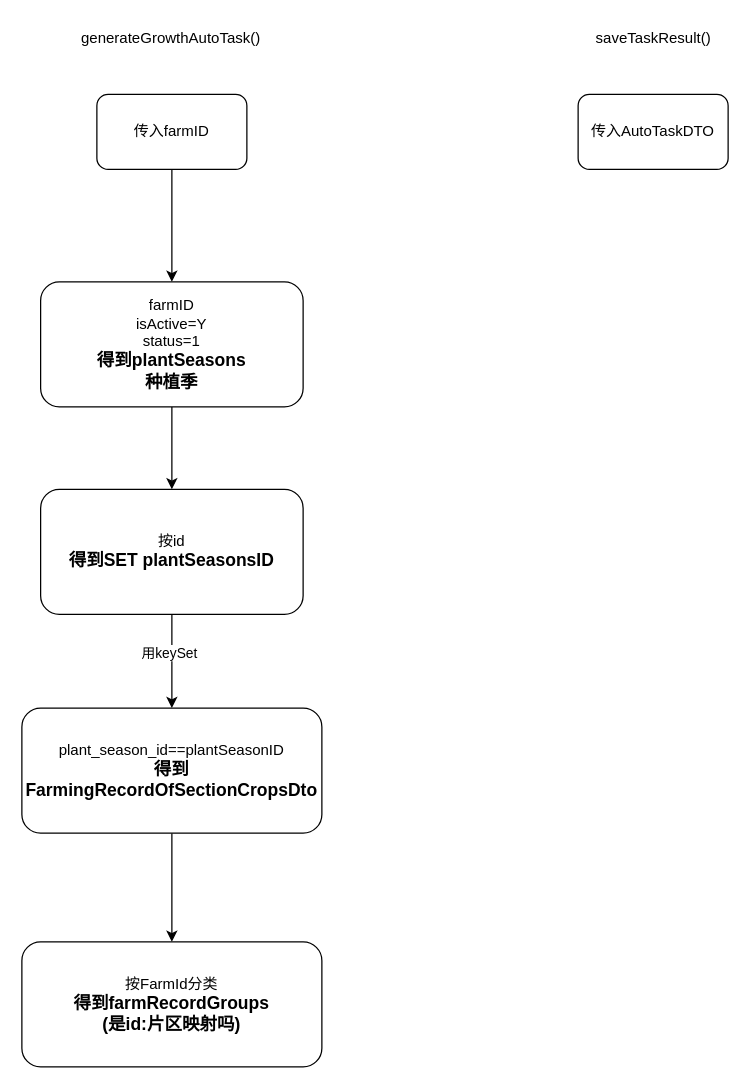
Earlier version of the draw.io diagram generateGrowth变量图.drawio (RK-JD/DrawIO). Source tidied: cells renumbered, new cells numbered last; positions are measured from the earlier drawing's top-left corner, leaving out a move shared by most shapes. Both pictures are drawn from the tidied source at 125%, with x=0, y=0 at pixel (21, 21).
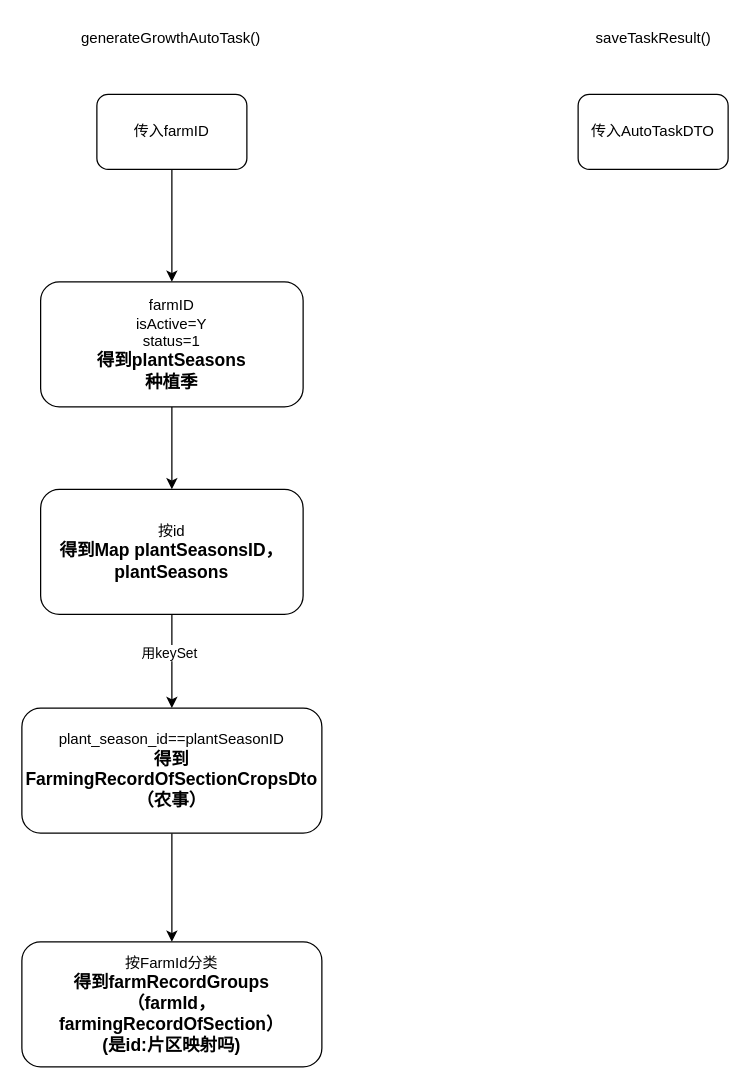
Above is the later version.

Commit message:
更新generateGrowth变量图.drawio

What changed in the source:
```diff
@@
 <mxGraphModel>
   <root>
     <mxCell id="0" />
     <mxCell id="1" parent="0" />
     <mxCell id="2" style="edgeStyle=orthogonalEdgeStyle;rounded=0;jettySize=auto;html=1;exitX=0.5;exitY=1;exitDx=0;exitDy=0;entryX=0.5;entryY=0;entryDx=0;entryDy=0;" parent="1" edge="1" source="3" target="5">
       <mxGeometry relative="1" as="geometry" />
     </mxCell>
     <mxCell id="3" value="传入farmID" style="rounded=1;whiteSpace=wrap;html=1;" parent="1" vertex="1">
       <mxGeometry x="60" y="58" width="120" height="60" as="geometry" />
     </mxCell>
     <mxCell id="4" style="edgeStyle=orthogonalEdgeStyle;rounded=0;jettySize=auto;html=1;exitX=0.5;exitY=1;exitDx=0;exitDy=0;entryX=0.5;entryY=0;entryDx=0;entryDy=0;" parent="1" edge="1" source="5" target="8">
       <mxGeometry relative="1" as="geometry" />
     </mxCell>
     <mxCell id="5" value="farmID&lt;div&gt;isActive=Y&lt;/div&gt;&lt;div&gt;status=1&lt;/div&gt;&lt;div&gt;&lt;b&gt;&lt;font style=&quot;font-size: 14px;&quot;&gt;得到plantSeasons&lt;/font&gt;&lt;/b&gt;&lt;/div&gt;&lt;div&gt;&lt;b&gt;&lt;font style=&quot;font-size: 14px;&quot;&gt;种植季&lt;/font&gt;&lt;/b&gt;&lt;/div&gt;" style="rounded=1;whiteSpace=wrap;html=1;" parent="1" vertex="1">
       <mxGeometry x="15" y="208" width="210" height="100" as="geometry" />
     </mxCell>
     <mxCell id="6" style="edgeStyle=orthogonalEdgeStyle;rounded=0;jettySize=auto;html=1;exitX=0.5;exitY=1;exitDx=0;exitDy=0;entryX=0.5;entryY=0;entryDx=0;entryDy=0;" parent="1" edge="1" source="8" target="10">
       <mxGeometry relative="1" as="geometry" />
     </mxCell>
     <mxCell id="7" value="用keySet" style="edgeLabel;html=1;align=center;verticalAlign=middle;" parent="6" vertex="1">
       <mxGeometry x="-0.19" y="-3" relative="1" as="geometry" />
     </mxCell>
-    <mxCell id="8" value="按id&lt;br&gt;&lt;div&gt;&lt;b&gt;&lt;font style=&quot;font-size: 14px;&quot;&gt;得到SET plantSeasonsID&lt;/font&gt;&lt;/b&gt;&lt;/div&gt;" style="rounded=1;whiteSpace=wrap;html=1;" parent="1" vertex="1">
+    <mxCell id="8" value="按id&lt;br&gt;&lt;div&gt;&lt;b&gt;&lt;font style=&quot;font-size: 14px;&quot;&gt;得到Map plantSeasonsID，plantSeasons&lt;/font&gt;&lt;/b&gt;&lt;/div&gt;" style="rounded=1;whiteSpace=wrap;html=1;" parent="1" vertex="1">
       <mxGeometry x="15" y="374" width="210" height="100" as="geometry" />
     </mxCell>
     <mxCell id="9" style="edgeStyle=orthogonalEdgeStyle;rounded=0;jettySize=auto;html=1;exitX=0.5;exitY=1;exitDx=0;exitDy=0;entryX=0.5;entryY=0;entryDx=0;entryDy=0;" parent="1" edge="1" source="10" target="11">
       <mxGeometry relative="1" as="geometry" />
     </mxCell>
-    <mxCell id="10" value="plant_season_id==plantSeasonID&lt;br&gt;&lt;div&gt;&lt;b&gt;&lt;font style=&quot;font-size: 14px;&quot;&gt;得到&lt;/font&gt;&lt;/b&gt;&lt;span style=&quot;background-color: initial; font-size: 14px;&quot;&gt;&lt;b&gt;FarmingRecordOfSectionCropsDto&lt;/b&gt;&lt;/span&gt;&lt;/div&gt;" style="rounded=1;whiteSpace=wrap;html=1;" parent="1" vertex="1">
+    <mxCell id="10" value="plant_season_id==plantSeasonID&lt;br&gt;&lt;div&gt;&lt;b&gt;&lt;font style=&quot;font-size: 14px;&quot;&gt;得到&lt;/font&gt;&lt;/b&gt;&lt;span style=&quot;background-color: initial; font-size: 14px;&quot;&gt;&lt;b&gt;FarmingRecordOfSectionCropsDto&lt;/b&gt;&lt;/span&gt;&lt;/div&gt;&lt;div&gt;&lt;span style=&quot;background-color: initial; font-size: 14px;&quot;&gt;&lt;b&gt;（农事&lt;/b&gt;&lt;/span&gt;&lt;b style=&quot;background-color: initial; font-size: 14px;&quot;&gt;）&lt;/b&gt;&lt;/div&gt;" style="rounded=1;whiteSpace=wrap;html=1;" parent="1" vertex="1">
       <mxGeometry y="549" width="240" height="100" as="geometry" />
     </mxCell>
-    <mxCell id="11" value="按FarmId分类&lt;br&gt;&lt;div&gt;&lt;b&gt;&lt;font style=&quot;font-size: 14px;&quot;&gt;得到&lt;/font&gt;&lt;/b&gt;&lt;span style=&quot;background-color: initial; font-size: 14px;&quot;&gt;&lt;b&gt;farmRecordGroups&lt;/b&gt;&lt;/span&gt;&lt;/div&gt;&lt;div&gt;&lt;span style=&quot;font-size: 14px;&quot;&gt;&lt;b&gt;(是id:片区映射吗)&lt;/b&gt;&lt;/span&gt;&lt;/div&gt;" style="rounded=1;whiteSpace=wrap;html=1;" parent="1" vertex="1">
+    <mxCell id="11" value="按FarmId分类&lt;br&gt;&lt;div&gt;&lt;b&gt;&lt;font style=&quot;font-size: 14px;&quot;&gt;得到&lt;/font&gt;&lt;/b&gt;&lt;span style=&quot;background-color: initial; font-size: 14px;&quot;&gt;&lt;b&gt;farmRecordGroups&lt;/b&gt;&lt;/span&gt;&lt;/div&gt;&lt;div&gt;&lt;span style=&quot;background-color: initial; font-size: 14px;&quot;&gt;&lt;b&gt;（farmId，farmingRecordOfSection）&lt;/b&gt;&lt;/span&gt;&lt;/div&gt;&lt;div&gt;&lt;span style=&quot;font-size: 14px;&quot;&gt;&lt;b&gt;(是id:片区映射吗)&lt;/b&gt;&lt;/span&gt;&lt;/div&gt;" style="rounded=1;whiteSpace=wrap;html=1;" parent="1" vertex="1">
       <mxGeometry y="736" width="240" height="100" as="geometry" />
     </mxCell>
     <mxCell id="12" value="generateGrowthAutoTask()" style="text;html=1;align=center;verticalAlign=middle;strokeColor=none;fillColor=none;" parent="1" vertex="1">
       <mxGeometry x="38.5" width="161" height="26" as="geometry" />
     </mxCell>
     <mxCell id="13" value="saveTaskResult()" style="text;html=1;align=center;verticalAlign=middle;strokeColor=none;fillColor=none;" parent="1" vertex="1">
       <mxGeometry x="450" width="110" height="26" as="geometry" />
     </mxCell>
     <mxCell id="14" value="传入AutoTaskDTO" style="rounded=1;whiteSpace=wrap;html=1;" parent="1" vertex="1">
       <mxGeometry x="445" y="58" width="120" height="60" as="geometry" />
     </mxCell>
   </root>
 </mxGraphModel>
```
